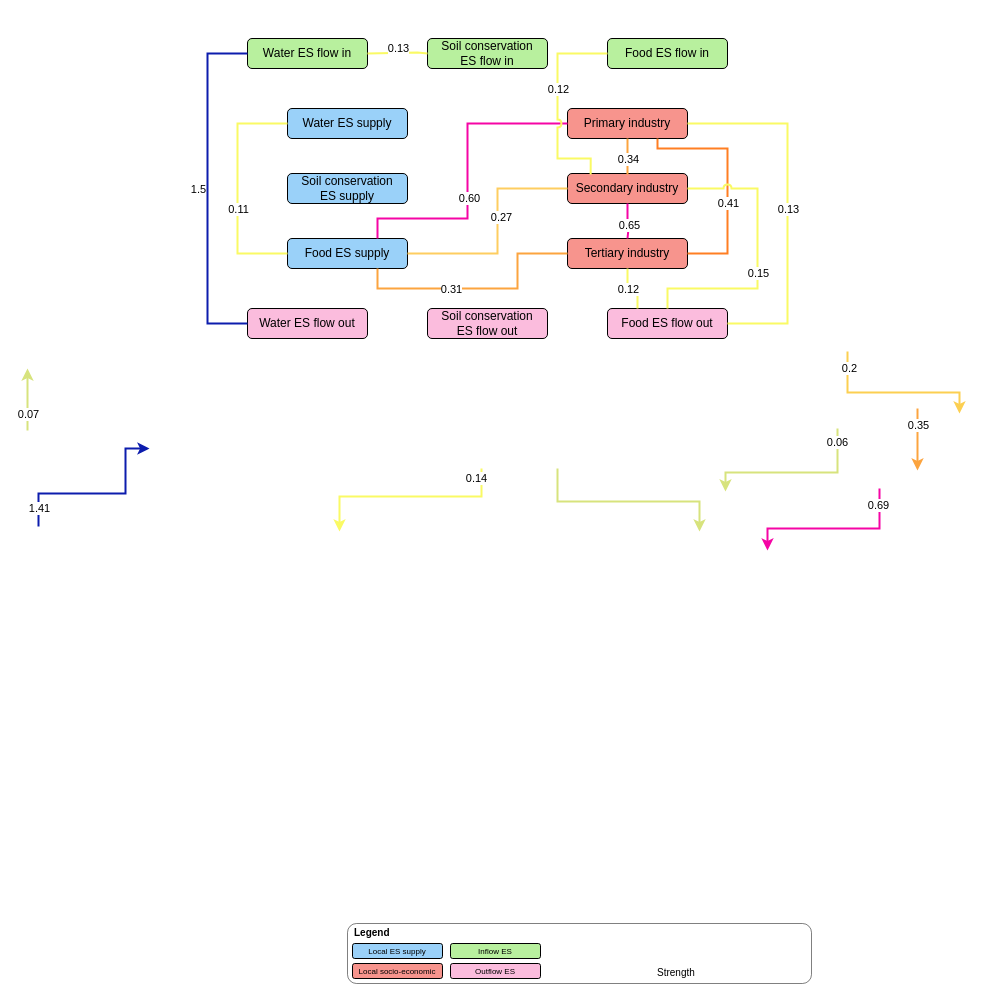
This is ES_FLOW_MI.drawio from THRILLERLEMON/Draw.IO, a draw.io file, before an edit. Source tidied: cells renumbered, new cells numbered last; positions are measured from the earlier drawing's top-left corner, leaving out a move shared by most shapes. Both pictures are drawn from the tidied source at 100%, with x=0, y=0 at pixel (27, 38).
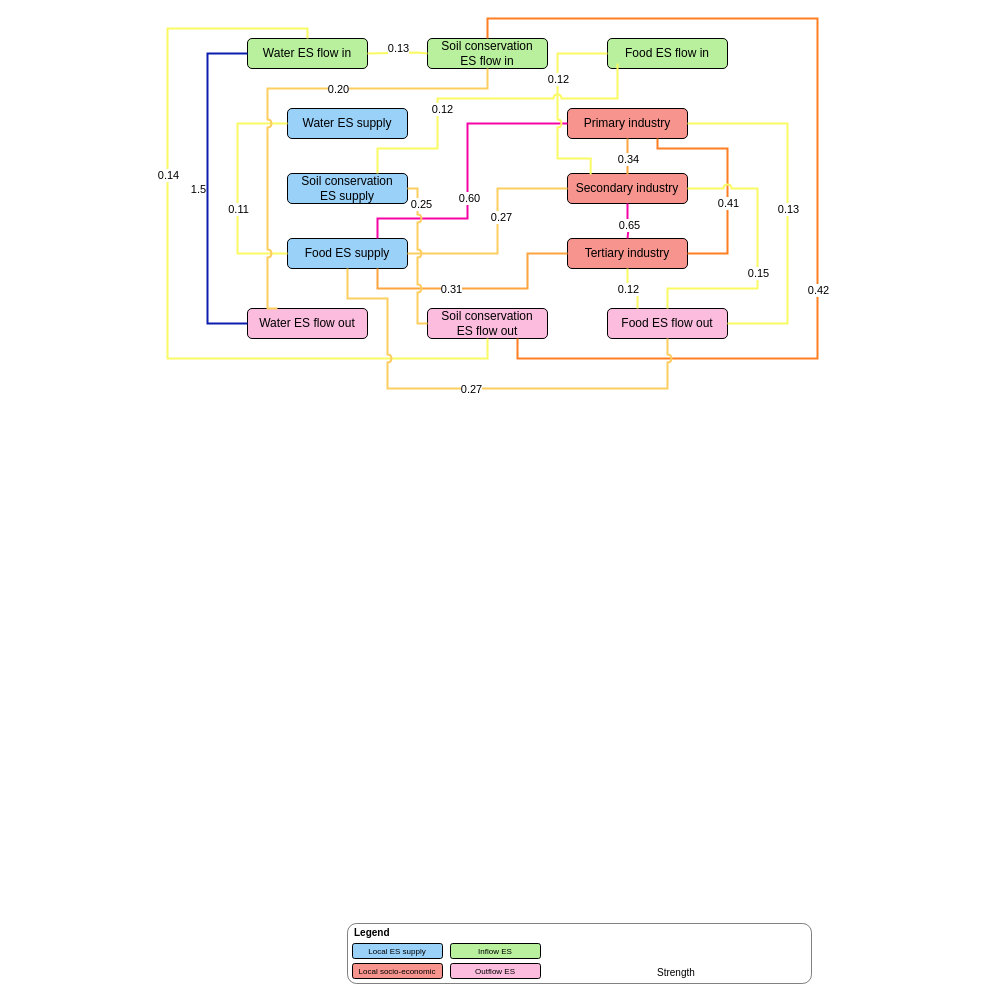
The same page after the edit.

Unchanged cells that the change refers to:
```xml
<mxCell id="8" value="&lt;p style=&quot;margin-top: 0pt; margin-bottom: 0pt; margin-left: 0in; direction: ltr; unicode-bidi: embed; word-break: normal;&quot;&gt;Food ES supply&lt;/p&gt;" style="rounded=1;whiteSpace=wrap;html=1;fontFamily=Arial;fillColor=#9ad1f9;flipV=0;" parent="1" vertex="1">
  <mxGeometry x="260" y="200" width="120" height="30" as="geometry" />
</mxCell>
<mxCell id="10" value="Water&amp;nbsp;&lt;span style=&quot;background-color: initial;&quot;&gt;ES flow in&lt;/span&gt;" style="rounded=1;whiteSpace=wrap;html=1;fontFamily=Arial;fillColor=#b8f09e;" parent="1" vertex="1">
  <mxGeometry x="220" width="120" height="30" as="geometry" />
</mxCell>
<mxCell id="12" value="&lt;p style=&quot;margin-top: 0pt; margin-bottom: 0pt; margin-left: 0in; direction: ltr; unicode-bidi: embed; word-break: normal;&quot;&gt;Tertiary industry&lt;/p&gt;" style="rounded=1;whiteSpace=wrap;html=1;fontFamily=Arial;fillColor=#f7948d;" parent="1" vertex="1">
  <mxGeometry x="540" y="200" width="120" height="30" as="geometry" />
</mxCell>
<mxCell id="13" value="&lt;p style=&quot;margin-top: 0pt; margin-bottom: 0pt; margin-left: 0in; direction: ltr; unicode-bidi: embed; word-break: normal;&quot;&gt;Food ES flow out&lt;/p&gt;" style="rounded=1;whiteSpace=wrap;html=1;fontFamily=Arial;fillColor=#fbbcdd;flipV=1;" parent="1" vertex="1">
  <mxGeometry x="580" y="270" width="120" height="30" as="geometry" />
</mxCell>
<mxCell id="14" value="&lt;p style=&quot;border-color: var(--border-color); margin-top: 0pt; margin-bottom: 0pt; margin-left: 0in; direction: ltr; unicode-bidi: embed; word-break: normal;&quot;&gt;Soil&amp;nbsp;&lt;span style=&quot;background-color: initial;&quot;&gt;conservation&lt;/span&gt;&lt;/p&gt;&lt;p style=&quot;border-color: var(--border-color); margin-top: 0pt; margin-bottom: 0pt; margin-left: 0in; direction: ltr; unicode-bidi: embed; word-break: normal;&quot;&gt;&lt;span style=&quot;background-color: initial;&quot;&gt;ES flow out&lt;/span&gt;&lt;/p&gt;" style="rounded=1;whiteSpace=wrap;html=1;fontFamily=Arial;fillColor=#fbbcdd;flipV=1;verticalAlign=middle;spacingTop=0;spacing=2;" parent="1" vertex="1">
  <mxGeometry x="400" y="270" width="120" height="30" as="geometry" />
</mxCell>
<mxCell id="15" value="&lt;p style=&quot;margin-top: 0pt; margin-bottom: 0pt; margin-left: 0in; direction: ltr; unicode-bidi: embed; word-break: normal;&quot;&gt;Water ES flow out&lt;/p&gt;" style="rounded=1;whiteSpace=wrap;html=1;fontFamily=Arial;fillColor=#fbbcdd;" parent="1" vertex="1">
  <mxGeometry x="220" y="270" width="120" height="30" as="geometry" />
</mxCell>
<mxCell id="35" value="&lt;p style=&quot;margin-top: 0pt; margin-bottom: 0pt; margin-left: 0in; direction: ltr; unicode-bidi: embed; word-break: normal;&quot;&gt;Soil conservation&lt;/p&gt;&lt;p style=&quot;margin-top: 0pt; margin-bottom: 0pt; margin-left: 0in; direction: ltr; unicode-bidi: embed; word-break: normal;&quot;&gt;ES supply&lt;/p&gt;" style="rounded=1;whiteSpace=wrap;html=1;fontFamily=Arial;fillColor=#9ad1f9;flipV=0;" parent="1" vertex="1">
  <mxGeometry x="260" y="135" width="120" height="30" as="geometry" />
</mxCell>
<mxCell id="37" value="Soil conservation&lt;p style=&quot;margin-top: 0pt; margin-bottom: 0pt; margin-left: 0in; direction: ltr; unicode-bidi: embed; word-break: normal;&quot;&gt;ES flow in&lt;/p&gt;" style="rounded=1;whiteSpace=wrap;html=1;fontFamily=Arial;fillColor=#b8f09e;" parent="1" vertex="1">
  <mxGeometry x="400" width="120" height="30" as="geometry" />
</mxCell>
<mxCell id="50" style="edgeStyle=orthogonalEdgeStyle;rounded=0;jettySize=auto;html=1;entryX=0.193;entryY=0.963;entryDx=0;entryDy=0;strokeWidth=2;jumpStyle=arc;strokeColor=#fafa64;fontFamily=Arial;entryPerimeter=0;endArrow=none;endFill=0;exitX=0;exitY=0.5;exitDx=0;exitDy=0;" parent="1" edge="1" source="36" target="11">
  <mxGeometry relative="1" as="geometry">
    <Array as="points">
      <mxPoint x="530" y="15" />
      <mxPoint x="530" y="120" />
      <mxPoint x="563" y="120" />
    </Array>
  </mxGeometry>
</mxCell>
```

Diff of the diagram source:
```diff
@@
-    <mxCell id="3" style="edgeStyle=orthogonalEdgeStyle;rounded=0;orthogonalLoop=1;jettySize=auto;html=1;exitX=0.75;exitY=1;exitDx=0;exitDy=0;entryX=0.5;entryY=0;entryDx=0;entryDy=0;strokeWidth=2;jumpStyle=arc;strokeColor=#d7e37d;fontFamily=Arial;" parent="1" edge="1">
-      <mxGeometry relative="1" as="geometry">
-        <mxPoint x="530" y="430" as="sourcePoint" />
-        <mxPoint x="672" y="493" as="targetPoint" />
-        <Array as="points">
-          <mxPoint x="530" y="463" />
-          <mxPoint x="672" y="463" />
-        </Array>
-      </mxGeometry>
-    </mxCell>
-    <mxCell id="4" style="edgeStyle=orthogonalEdgeStyle;rounded=0;orthogonalLoop=1;jettySize=auto;html=1;exitX=0.25;exitY=1;exitDx=0;exitDy=0;entryX=0.75;entryY=0;entryDx=0;entryDy=0;strokeWidth=2;strokeColor=#f505a5;fontFamily=Arial;" parent="1" edge="1">
-      <mxGeometry relative="1" as="geometry">
-        <mxPoint x="852" y="450" as="sourcePoint" />
-        <mxPoint x="740" y="512" as="targetPoint" />
-        <Array as="points">
-          <mxPoint x="852" y="490" />
-          <mxPoint x="740" y="490" />
-        </Array>
-      </mxGeometry>
-    </mxCell>
-    <mxCell id="5" value="0.69" style="edgeLabel;html=1;align=center;verticalAlign=middle;fontFamily=Arial;" parent="4" vertex="1">
-      <mxGeometry x="0.14" relative="1" as="geometry">
-        <mxPoint x="57" y="-24" as="offset" />
-      </mxGeometry>
-    </mxCell>
-    <mxCell id="6" style="edgeStyle=orthogonalEdgeStyle;rounded=0;orthogonalLoop=1;jettySize=auto;html=1;exitX=0.5;exitY=1;exitDx=0;exitDy=0;entryX=0.5;entryY=0;entryDx=0;entryDy=0;strokeWidth=2;strokeColor=#fca43f;fontFamily=Arial;" parent="1" edge="1">
-      <mxGeometry relative="1" as="geometry">
-        <mxPoint x="890" y="370" as="sourcePoint" />
-        <mxPoint x="890" y="432" as="targetPoint" />
-      </mxGeometry>
-    </mxCell>
-    <mxCell id="7" value="0.35" style="edgeLabel;html=1;align=center;verticalAlign=middle;fontFamily=Arial;" parent="6" vertex="1">
-      <mxGeometry x="-0.58" relative="1" as="geometry">
-        <mxPoint y="3" as="offset" />
-      </mxGeometry>
-    </mxCell>
@@
-    <mxCell id="16" style="edgeStyle=orthogonalEdgeStyle;rounded=0;orthogonalLoop=1;jettySize=auto;html=1;exitX=0.5;exitY=0;exitDx=0;exitDy=0;strokeWidth=2;strokeColor=#0c1cad;entryX=0;entryY=0.5;entryDx=0;entryDy=0;fontFamily=Arial;" parent="1" edge="1">
-      <mxGeometry relative="1" as="geometry">
-        <mxPoint x="10" y="487" as="sourcePoint" />
-        <mxPoint x="122" y="410" as="targetPoint" />
-        <Array as="points">
-          <mxPoint x="11" y="487" />
-          <mxPoint x="11" y="455" />
-          <mxPoint x="98" y="455" />
-          <mxPoint x="98" y="410" />
-        </Array>
-      </mxGeometry>
-    </mxCell>
-    <mxCell id="17" value="1.41" style="edgeLabel;html=1;align=center;verticalAlign=middle;fontFamily=Arial;" parent="16" vertex="1">
-      <mxGeometry x="-0.65" y="2" relative="1" as="geometry">
-        <mxPoint y="16" as="offset" />
-      </mxGeometry>
-    </mxCell>
-    <mxCell id="18" style="edgeStyle=orthogonalEdgeStyle;rounded=0;orthogonalLoop=1;jettySize=auto;html=1;exitX=0.25;exitY=0;exitDx=0;exitDy=0;strokeWidth=2;strokeColor=#d7e37d;jumpStyle=arc;entryX=0.25;entryY=1;entryDx=0;entryDy=0;fontFamily=Arial;" parent="1" edge="1">
-      <mxGeometry relative="1" as="geometry">
-        <mxPoint y="392" as="sourcePoint" />
-        <mxPoint y="330" as="targetPoint" />
-        <Array as="points">
-          <mxPoint y="336" />
-          <mxPoint y="336" />
-        </Array>
-      </mxGeometry>
-    </mxCell>
-    <mxCell id="19" value="0.07" style="edgeLabel;html=1;align=center;verticalAlign=middle;fontFamily=Arial;" parent="18" vertex="1">
-      <mxGeometry x="-0.24" y="2" relative="1" as="geometry">
-        <mxPoint x="2" y="7" as="offset" />
-      </mxGeometry>
-    </mxCell>
@@
-    <mxCell id="21" style="edgeStyle=orthogonalEdgeStyle;rounded=0;orthogonalLoop=1;jettySize=auto;html=1;entryX=0.25;entryY=0;entryDx=0;entryDy=0;strokeWidth=2;jumpStyle=arc;strokeColor=#fccf51;exitX=0.75;exitY=1;exitDx=0;exitDy=0;fontFamily=Arial;" parent="1" edge="1">
-      <mxGeometry relative="1" as="geometry">
-        <mxPoint x="820" y="313" as="sourcePoint" />
-        <mxPoint x="932" y="375" as="targetPoint" />
-        <Array as="points">
-          <mxPoint x="820" y="354" />
-          <mxPoint x="932" y="354" />
-        </Array>
-      </mxGeometry>
-    </mxCell>
-    <mxCell id="22" value="0.2" style="edgeLabel;html=1;align=center;verticalAlign=middle;fontFamily=Arial;" parent="21" vertex="1">
-      <mxGeometry x="-0.85" y="1" relative="1" as="geometry">
-        <mxPoint y="3" as="offset" />
-      </mxGeometry>
-    </mxCell>
-    <mxCell id="23" style="edgeStyle=orthogonalEdgeStyle;rounded=0;orthogonalLoop=1;jettySize=auto;html=1;exitX=0.25;exitY=1;exitDx=0;exitDy=0;entryX=0.5;entryY=0;entryDx=0;entryDy=0;strokeWidth=2;jumpStyle=arc;strokeColor=#fafa64;fontFamily=Arial;" parent="1" edge="1">
-      <mxGeometry relative="1" as="geometry">
-        <mxPoint x="454" y="430" as="sourcePoint" />
-        <mxPoint x="312" y="493" as="targetPoint" />
-        <Array as="points">
-          <mxPoint x="454" y="458" />
-          <mxPoint x="312" y="458" />
-        </Array>
-      </mxGeometry>
-    </mxCell>
-    <mxCell id="24" value="0.14" style="edgeLabel;html=1;align=center;verticalAlign=middle;fontFamily=Arial;" parent="23" vertex="1">
-      <mxGeometry x="-0.23" relative="1" as="geometry">
-        <mxPoint x="45" y="-19" as="offset" />
-      </mxGeometry>
-    </mxCell>
@@
-    <mxCell id="27" style="edgeStyle=orthogonalEdgeStyle;rounded=0;orthogonalLoop=1;jettySize=auto;html=1;exitX=0.25;exitY=1;exitDx=0;exitDy=0;strokeWidth=2;jumpStyle=arc;strokeColor=#d7e37d;entryX=0.75;entryY=0;entryDx=0;entryDy=0;fontFamily=Arial;" parent="1" edge="1">
-      <mxGeometry relative="1" as="geometry">
-        <mxPoint x="810" y="390" as="sourcePoint" />
-        <mxPoint x="698" y="453" as="targetPoint" />
-        <Array as="points">
-          <mxPoint x="810" y="434" />
-          <mxPoint x="698" y="434" />
-        </Array>
-      </mxGeometry>
-    </mxCell>
-    <mxCell id="28" value="0.06" style="edgeLabel;html=1;align=center;verticalAlign=middle;fontFamily=Arial;" parent="27" vertex="1">
-      <mxGeometry x="-0.91" y="743" relative="1" as="geometry">
-        <mxPoint x="-744" y="5" as="offset" />
-      </mxGeometry>
-    </mxCell>
@@
     <mxCell id="51" value="0.12" style="edgeLabel;html=1;align=center;verticalAlign=middle;fontFamily=Arial;" parent="50" vertex="1">
       <mxGeometry x="-0.23" relative="1" as="geometry">
-        <mxPoint y="6" as="offset" />
+        <mxPoint y="-4" as="offset" />
       </mxGeometry>
     </mxCell>
@@
     <mxCell id="54" style="edgeStyle=orthogonalEdgeStyle;rounded=0;jettySize=auto;html=1;exitX=0.75;exitY=1;exitDx=0;exitDy=0;strokeWidth=2;strokeColor=#fca43f;fontFamily=Arial;endArrow=none;endFill=0;entryX=0;entryY=0.5;entryDx=0;entryDy=0;" parent="1" edge="1" source="8" target="12">
       <mxGeometry relative="1" as="geometry">
         <Array as="points">
           <mxPoint x="350" y="250" />
-          <mxPoint x="490" y="250" />
-          <mxPoint x="490" y="215" />
+          <mxPoint x="500" y="250" />
+          <mxPoint x="500" y="215" />
         </Array>
       </mxGeometry>
     </mxCell>
@@
+    <mxCell id="62" style="edgeStyle=orthogonalEdgeStyle;rounded=0;jettySize=auto;html=1;entryX=0.5;entryY=1;entryDx=0;entryDy=0;strokeWidth=2;jumpStyle=arc;strokeColor=#fafa64;fontFamily=Arial;endArrow=none;endFill=0;exitX=0.5;exitY=0;exitDx=0;exitDy=0;" parent="1" edge="1" source="10" target="14">
+      <mxGeometry relative="1" as="geometry">
+        <Array as="points">
+          <mxPoint x="280" y="-10" />
+          <mxPoint x="140" y="-10" />
+          <mxPoint x="140" y="320" />
+          <mxPoint x="460" y="320" />
+        </Array>
+      </mxGeometry>
+    </mxCell>
+    <mxCell id="24" value="0.14" style="edgeLabel;html=1;align=center;verticalAlign=middle;fontFamily=Arial;" parent="62" vertex="1">
+      <mxGeometry x="-0.23" relative="1" as="geometry">
+        <mxPoint y="-20" as="offset" />
+      </mxGeometry>
+    </mxCell>
+    <mxCell id="63" style="edgeStyle=orthogonalEdgeStyle;rounded=0;jettySize=auto;html=1;strokeWidth=2;strokeColor=#fecd60;fontFamily=Arial;endArrow=none;endFill=0;jumpStyle=arc;exitX=0.25;exitY=0;exitDx=0;exitDy=0;" parent="1" edge="1" source="15">
+      <mxGeometry relative="1" as="geometry">
+        <mxPoint x="460" y="30" as="targetPoint" />
+        <Array as="points">
+          <mxPoint x="240" y="270" />
+          <mxPoint x="240" y="50" />
+          <mxPoint x="460" y="50" />
+        </Array>
+      </mxGeometry>
+    </mxCell>
+    <mxCell id="64" value="0.20" style="edgeLabel;html=1;align=center;verticalAlign=middle;fontFamily=Arial;" parent="63" vertex="1">
+      <mxGeometry x="0.14" relative="1" as="geometry">
+        <mxPoint x="32" as="offset" />
+      </mxGeometry>
+    </mxCell>
+    <mxCell id="65" style="edgeStyle=orthogonalEdgeStyle;rounded=0;jettySize=auto;html=1;strokeWidth=2;strokeColor=#fecd60;fontFamily=Arial;endArrow=none;endFill=0;jumpStyle=arc;entryX=1;entryY=0.5;entryDx=0;entryDy=0;exitX=0;exitY=0.5;exitDx=0;exitDy=0;" parent="1" edge="1" source="14" target="35">
+      <mxGeometry relative="1" as="geometry">
+        <Array as="points">
+          <mxPoint x="390" y="285" />
+          <mxPoint x="390" y="150" />
+        </Array>
+      </mxGeometry>
+    </mxCell>
+    <mxCell id="66" value="0.25" style="edgeLabel;html=1;align=center;verticalAlign=middle;fontFamily=Arial;" parent="65" vertex="1">
+      <mxGeometry x="0.14" relative="1" as="geometry">
+        <mxPoint x="3" y="-42" as="offset" />
+      </mxGeometry>
+    </mxCell>
+    <mxCell id="67" style="edgeStyle=orthogonalEdgeStyle;rounded=0;jettySize=auto;html=1;entryX=0.75;entryY=0;entryDx=0;entryDy=0;strokeWidth=2;jumpStyle=arc;strokeColor=#fafa64;fontFamily=Arial;endArrow=none;endFill=0;exitX=0;exitY=0.5;exitDx=0;exitDy=0;" parent="1" edge="1" target="35">
+      <mxGeometry relative="1" as="geometry">
+        <mxPoint x="590" y="25" as="sourcePoint" />
+        <Array as="points">
+          <mxPoint x="590" y="60" />
+          <mxPoint x="410" y="60" />
+          <mxPoint x="410" y="110" />
+          <mxPoint x="350" y="110" />
+        </Array>
+      </mxGeometry>
+    </mxCell>
+    <mxCell id="68" value="0.12" style="edgeLabel;html=1;align=center;verticalAlign=middle;fontFamily=Arial;" parent="67" vertex="1">
+      <mxGeometry x="-0.23" relative="1" as="geometry">
+        <mxPoint x="-76" y="10" as="offset" />
+      </mxGeometry>
+    </mxCell>
+    <mxCell id="69" style="edgeStyle=orthogonalEdgeStyle;rounded=0;jettySize=auto;html=1;exitX=0.75;exitY=1;exitDx=0;exitDy=0;strokeWidth=2;strokeColor=#ff7e22;jumpStyle=arc;fontFamily=Arial;endArrow=none;endFill=0;entryX=0.5;entryY=0;entryDx=0;entryDy=0;" parent="1" edge="1" source="14" target="37">
+      <mxGeometry relative="1" as="geometry">
+        <Array as="points">
+          <mxPoint x="490" y="320" />
+          <mxPoint x="790" y="320" />
+          <mxPoint x="790" y="-20" />
+          <mxPoint x="460" y="-20" />
+        </Array>
+      </mxGeometry>
+    </mxCell>
+    <mxCell id="70" value="0.42" style="edgeLabel;html=1;align=center;verticalAlign=middle;fontFamily=Arial;" parent="69" vertex="1">
+      <mxGeometry x="-0.24" y="2" relative="1" as="geometry">
+        <mxPoint x="2" y="-5" as="offset" />
+      </mxGeometry>
+    </mxCell>
+    <mxCell id="71" style="edgeStyle=orthogonalEdgeStyle;rounded=0;jettySize=auto;html=1;strokeWidth=2;strokeColor=#fecd60;fontFamily=Arial;endArrow=none;endFill=0;jumpStyle=arc;exitX=0.5;exitY=1;exitDx=0;exitDy=0;entryX=0.5;entryY=1;entryDx=0;entryDy=0;" parent="1" edge="1" source="13" target="8">
+      <mxGeometry relative="1" as="geometry">
+        <Array as="points">
+          <mxPoint x="640" y="350" />
+          <mxPoint x="360" y="350" />
+          <mxPoint x="360" y="260" />
+          <mxPoint x="320" y="260" />
+        </Array>
+      </mxGeometry>
+    </mxCell>
+    <mxCell id="72" value="0.27" style="edgeLabel;html=1;align=center;verticalAlign=middle;fontFamily=Arial;" parent="71" vertex="1">
+      <mxGeometry x="0.14" relative="1" as="geometry">
+        <mxPoint x="32" as="offset" />
+      </mxGeometry>
+    </mxCell>
```
